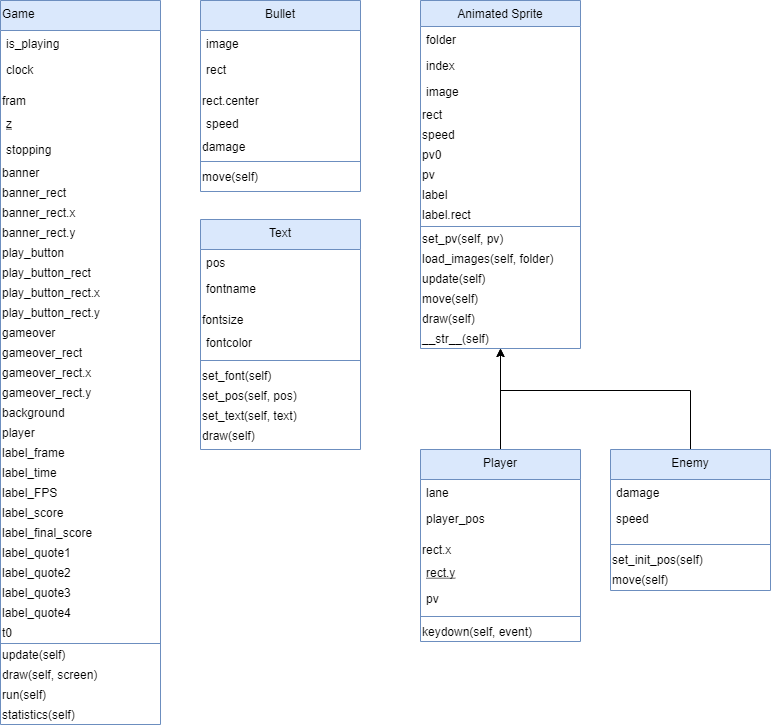
This is game/Class diagram.png from Akoo510/oc20, a draw.io export, as it was before one commit. Source tidied: cells renumbered, new cells last; positions are measured from the earlier drawing's top-left corner, leaving out a move shared by most shapes.
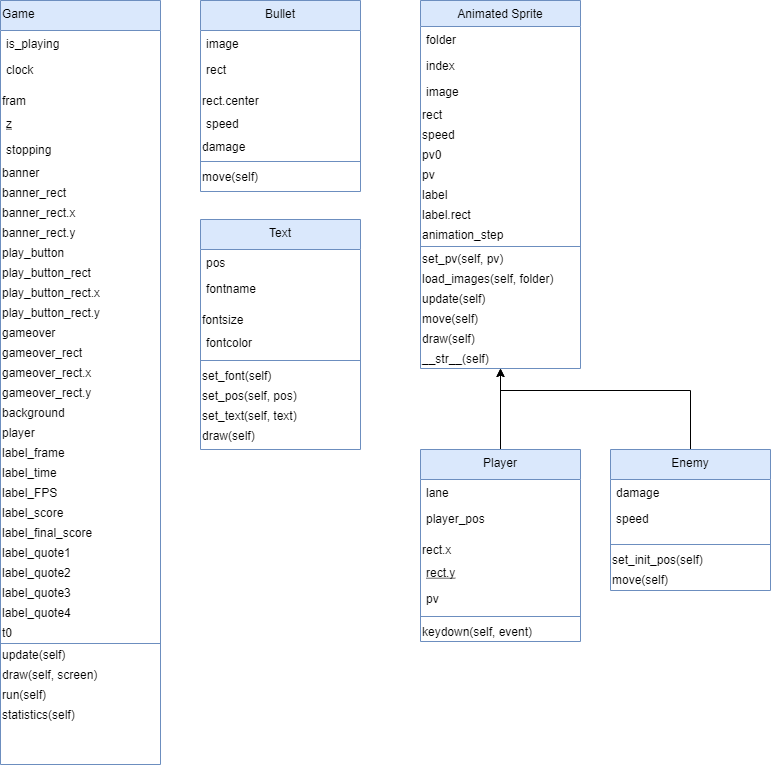
The same diagram one commit later.

The edit, as a diff of the source:
```diff
@@ -2,8 +2,8 @@
   <root>
     <mxCell id="0" />
     <mxCell id="1" parent="0" />
-    <mxCell id="2" value="Animated Sprite" style="swimlane;fontStyle=0;align=center;verticalAlign=top;horizontal=1;startSize=26;rounded=0;shadow=0;strokeWidth=1;fillColor=#dae8fc;strokeColor=#6c8ebf;" parent="1" vertex="1">
-      <mxGeometry x="420" width="160" height="348" as="geometry" />
+    <mxCell id="2" value="Animated Sprite" style="swimlane;fontStyle=0;align=center;verticalAlign=top;horizontal=1;startSize=26;rounded=0;shadow=0;strokeWidth=1;fillColor=#dae8fc;strokeColor=#6c8ebf;swimlaneFillColor=#ffffff;" parent="1" vertex="1">
+      <mxGeometry x="420" width="160" height="368" as="geometry" />
     </mxCell>
     <mxCell id="3" value="folder" style="text;align=left;verticalAlign=top;spacingLeft=4;spacingRight=4;overflow=hidden;" parent="2" vertex="1">
       <mxGeometry y="26" width="160" height="26" as="geometry" />
@@ -32,29 +32,32 @@
     <mxCell id="11" value="label.rect" style="text;html=1;align=left;verticalAlign=middle;fillColor=none;strokeColor=none;rounded=0;" parent="2" vertex="1">
       <mxGeometry y="204" width="160" height="20" as="geometry" />
     </mxCell>
+    <mxCell id="88" value="animation_step" style="text;html=1;align=left;verticalAlign=middle;fillColor=none;strokeColor=none;rounded=0;" parent="2" vertex="1">
+      <mxGeometry y="224" width="160" height="20" as="geometry" />
+    </mxCell>
     <mxCell id="12" style="line;html=1;strokeWidth=1;align=left;verticalAlign=middle;spacingTop=-1;spacingLeft=3;spacingRight=3;labelPosition=right;fillColor=#dae8fc;strokeColor=#6c8ebf;" parent="2" vertex="1">
-      <mxGeometry y="224" width="160" height="4" as="geometry" />
+      <mxGeometry y="244" width="160" height="4" as="geometry" />
     </mxCell>
     <mxCell id="13" value="set_pv(self, pv)" style="text;html=1;align=left;verticalAlign=middle;fillColor=none;strokeColor=none;rounded=0;" parent="2" vertex="1">
-      <mxGeometry y="228" width="160" height="20" as="geometry" />
+      <mxGeometry y="248" width="160" height="20" as="geometry" />
     </mxCell>
     <mxCell id="14" value="load_images(self, folder)" style="text;html=1;align=left;verticalAlign=middle;fillColor=none;strokeColor=none;rounded=0;" parent="2" vertex="1">
-      <mxGeometry y="248" width="160" height="20" as="geometry" />
+      <mxGeometry y="268" width="160" height="20" as="geometry" />
     </mxCell>
     <mxCell id="15" value="update(self)" style="text;html=1;align=left;verticalAlign=middle;fillColor=none;strokeColor=none;rounded=0;" parent="2" vertex="1">
-      <mxGeometry y="268" width="160" height="20" as="geometry" />
+      <mxGeometry y="288" width="160" height="20" as="geometry" />
     </mxCell>
     <mxCell id="16" value="move(self)" style="text;html=1;align=left;verticalAlign=middle;fillColor=none;strokeColor=none;rounded=0;" parent="2" vertex="1">
-      <mxGeometry y="288" width="160" height="20" as="geometry" />
+      <mxGeometry y="308" width="160" height="20" as="geometry" />
     </mxCell>
     <mxCell id="17" value="draw(self)" style="text;html=1;align=left;verticalAlign=middle;fillColor=none;strokeColor=none;rounded=0;" parent="2" vertex="1">
-      <mxGeometry y="308" width="160" height="20" as="geometry" />
+      <mxGeometry y="328" width="160" height="20" as="geometry" />
     </mxCell>
     <mxCell id="18" value="__str__(self)" style="text;html=1;align=left;verticalAlign=middle;fillColor=none;strokeColor=none;rounded=0;" parent="2" vertex="1">
-      <mxGeometry y="328" width="160" height="20" as="geometry" />
+      <mxGeometry y="348" width="160" height="20" as="geometry" />
     </mxCell>
-    <mxCell id="19" value="Game" style="swimlane;fontStyle=0;align=left;verticalAlign=top;horizontal=1;startSize=30;rounded=0;shadow=0;strokeWidth=1;swimlaneFillColor=none;fillColor=#dae8fc;strokeColor=#6c8ebf;" parent="1" vertex="1">
-      <mxGeometry width="160" height="724" as="geometry" />
+    <mxCell id="19" value="Game" style="swimlane;fontStyle=0;align=left;verticalAlign=top;horizontal=1;startSize=30;rounded=0;shadow=0;strokeWidth=1;swimlaneFillColor=#ffffff;fillColor=#dae8fc;strokeColor=#6c8ebf;" parent="1" vertex="1">
+      <mxGeometry width="160" height="764" as="geometry" />
     </mxCell>
     <mxCell id="20" value="is_playing" style="text;align=left;verticalAlign=top;spacingLeft=4;spacingRight=4;overflow=hidden;" parent="19" vertex="1">
       <mxGeometry y="30" width="160" height="26" as="geometry" />
@@ -166,7 +169,7 @@
         </Array>
       </mxGeometry>
     </mxCell>
-    <mxCell id="55" value="Enemy" style="swimlane;fontStyle=0;align=center;verticalAlign=top;horizontal=1;startSize=30;rounded=0;shadow=0;strokeWidth=1;swimlaneFillColor=none;fillColor=#dae8fc;strokeColor=#6c8ebf;" parent="1" vertex="1">
+    <mxCell id="55" value="Enemy" style="swimlane;fontStyle=0;align=center;verticalAlign=top;horizontal=1;startSize=30;rounded=0;shadow=0;strokeWidth=1;swimlaneFillColor=#ffffff;fillColor=#dae8fc;strokeColor=#6c8ebf;" parent="1" vertex="1">
       <mxGeometry x="610" y="449" width="160" height="141" as="geometry" />
     </mxCell>
     <mxCell id="56" value="damage" style="text;align=left;verticalAlign=top;spacingLeft=4;spacingRight=4;overflow=hidden;" parent="55" vertex="1">
@@ -187,7 +190,7 @@
     <mxCell id="61" style="edgeStyle=orthogonalEdgeStyle;rounded=0;jettySize=auto;html=1;" parent="1" edge="1" source="62" target="2">
       <mxGeometry relative="1" as="geometry" />
     </mxCell>
-    <mxCell id="62" value="Player" style="swimlane;fontStyle=0;align=center;verticalAlign=top;horizontal=1;startSize=30;rounded=0;shadow=0;strokeWidth=1;swimlaneFillColor=none;fillColor=#dae8fc;strokeColor=#6c8ebf;" parent="1" vertex="1">
+    <mxCell id="62" value="Player" style="swimlane;fontStyle=0;align=center;verticalAlign=top;horizontal=1;startSize=30;rounded=0;shadow=0;strokeWidth=1;swimlaneFillColor=#ffffff;fillColor=#dae8fc;strokeColor=#6c8ebf;" parent="1" vertex="1">
       <mxGeometry x="420" y="449" width="160" height="192" as="geometry" />
     </mxCell>
     <mxCell id="63" value="lane" style="text;align=left;verticalAlign=top;spacingLeft=4;spacingRight=4;overflow=hidden;" parent="62" vertex="1">
@@ -211,7 +214,7 @@
     <mxCell id="69" value="keydown(self, event)" style="text;html=1;align=left;verticalAlign=middle;fillColor=none;strokeColor=none;rounded=0;" parent="62" vertex="1">
       <mxGeometry y="172" width="160" height="20" as="geometry" />
     </mxCell>
-    <mxCell id="70" value="Bullet" style="swimlane;fontStyle=0;align=center;verticalAlign=top;horizontal=1;startSize=30;rounded=0;shadow=0;strokeWidth=1;swimlaneFillColor=none;fillColor=#dae8fc;strokeColor=#6c8ebf;" parent="1" vertex="1">
+    <mxCell id="70" value="Bullet" style="swimlane;fontStyle=0;align=center;verticalAlign=top;horizontal=1;startSize=30;rounded=0;shadow=0;strokeWidth=1;swimlaneFillColor=#ffffff;fillColor=#dae8fc;strokeColor=#6c8ebf;" parent="1" vertex="1">
       <mxGeometry x="200" width="160" height="191" as="geometry" />
     </mxCell>
     <mxCell id="71" value="image" style="text;align=left;verticalAlign=top;spacingLeft=4;spacingRight=4;overflow=hidden;" parent="70" vertex="1">
@@ -235,7 +238,7 @@
     <mxCell id="77" value="move(self)" style="text;html=1;align=left;verticalAlign=middle;fillColor=none;strokeColor=none;rounded=0;" parent="70" vertex="1">
       <mxGeometry y="166" width="160" height="20" as="geometry" />
     </mxCell>
-    <mxCell id="78" value="Text" style="swimlane;fontStyle=0;align=center;verticalAlign=top;horizontal=1;startSize=30;rounded=0;shadow=0;strokeWidth=1;swimlaneFillColor=none;fillColor=#dae8fc;strokeColor=#6c8ebf;" parent="1" vertex="1">
+    <mxCell id="78" value="Text" style="swimlane;fontStyle=0;align=center;verticalAlign=top;horizontal=1;startSize=30;rounded=0;shadow=0;strokeWidth=1;swimlaneFillColor=#ffffff;fillColor=#dae8fc;strokeColor=#6c8ebf;" parent="1" vertex="1">
       <mxGeometry x="200" y="219" width="160" height="230" as="geometry" />
     </mxCell>
     <mxCell id="79" value="pos" style="text;align=left;verticalAlign=top;spacingLeft=4;spacingRight=4;overflow=hidden;" parent="78" vertex="1">
```
